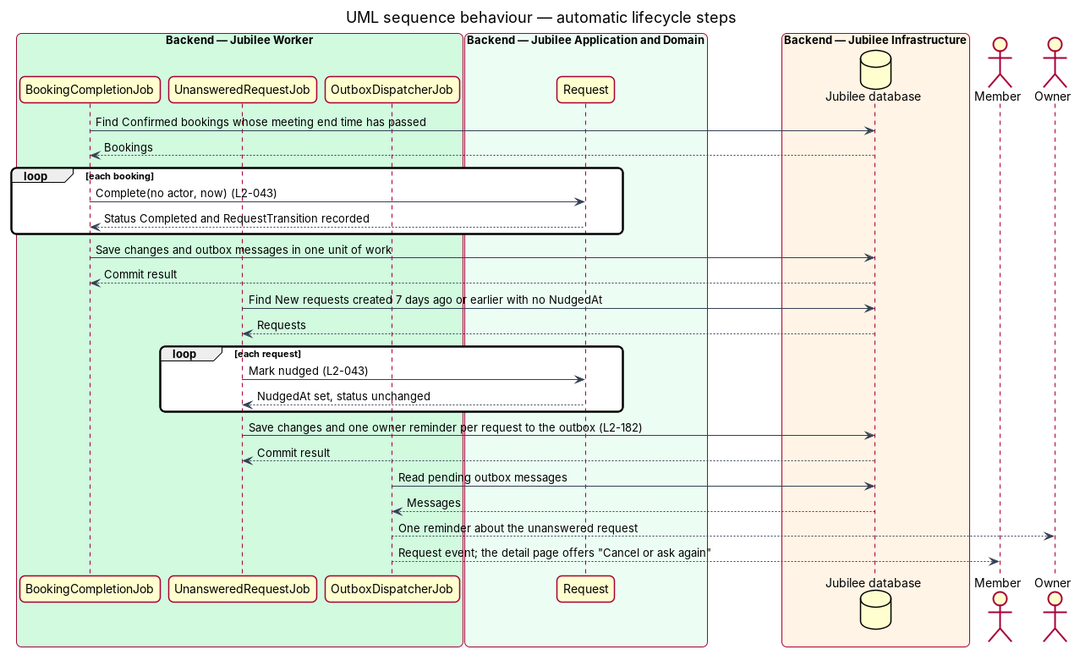
QuinntyneBrown/jubilee keeps this PlantUML diagram as docs/detailed-designs/requests/track-requests/diagrams/sequence-lifecycle-jobs.png. Above is the earlier version. Its source is kept beside it as docs/detailed-designs/requests/track-requests/diagrams/sequence-lifecycle-jobs.puml. The source it was exported from:
```plantuml
@startuml
title UML sequence behaviour — automatic lifecycle steps
skinparam backgroundColor #FFFFFF
skinparam shadowing false
skinparam roundcorner 12
skinparam defaultFontName Arial
skinparam ArrowColor #344054
skinparam rectangle {
  BorderColor #344054
  FontColor #101828
}
skinparam package {
  BorderColor #667085
  FontColor #101828
  BackgroundColor #F9FAFB
}
box "Backend — Jubilee Worker" #D1FADF
  participant "BookingCompletionJob" as done
  participant "UnansweredRequestJob" as stale
  participant "OutboxDispatcherJob" as outbox
end box
box "Backend — Jubilee Application and Domain" #ECFDF3
  participant "Request" as entity
end box
box "Backend — Jubilee Infrastructure" #FFF4E5
  database "Jubilee database" as db
end box
actor "Member" as member
actor "Owner" as owner
done -> db : Find Confirmed bookings whose meeting end time has passed
db --> done : Bookings
loop each booking
  done -> entity : Complete(no actor, now) (L2-043)
  entity --> done : Status Completed and RequestTransition recorded
end
done -> db : Save changes and outbox messages in one unit of work
db --> done : Commit result
stale -> db : Find New requests created 7 days ago or earlier with no NudgedAt
db --> stale : Requests
loop each request
  stale -> entity : Mark nudged (L2-043)
  entity --> stale : NudgedAt set, status unchanged
end
stale -> db : Save changes and one owner reminder per request to the outbox (L2-182)
db --> stale : Commit result
outbox -> db : Read pending outbox messages
db --> outbox : Messages
outbox --> owner : One reminder about the unanswered request
outbox --> member : Request event; the detail page offers "Cancel or ask again"
@enduml
```
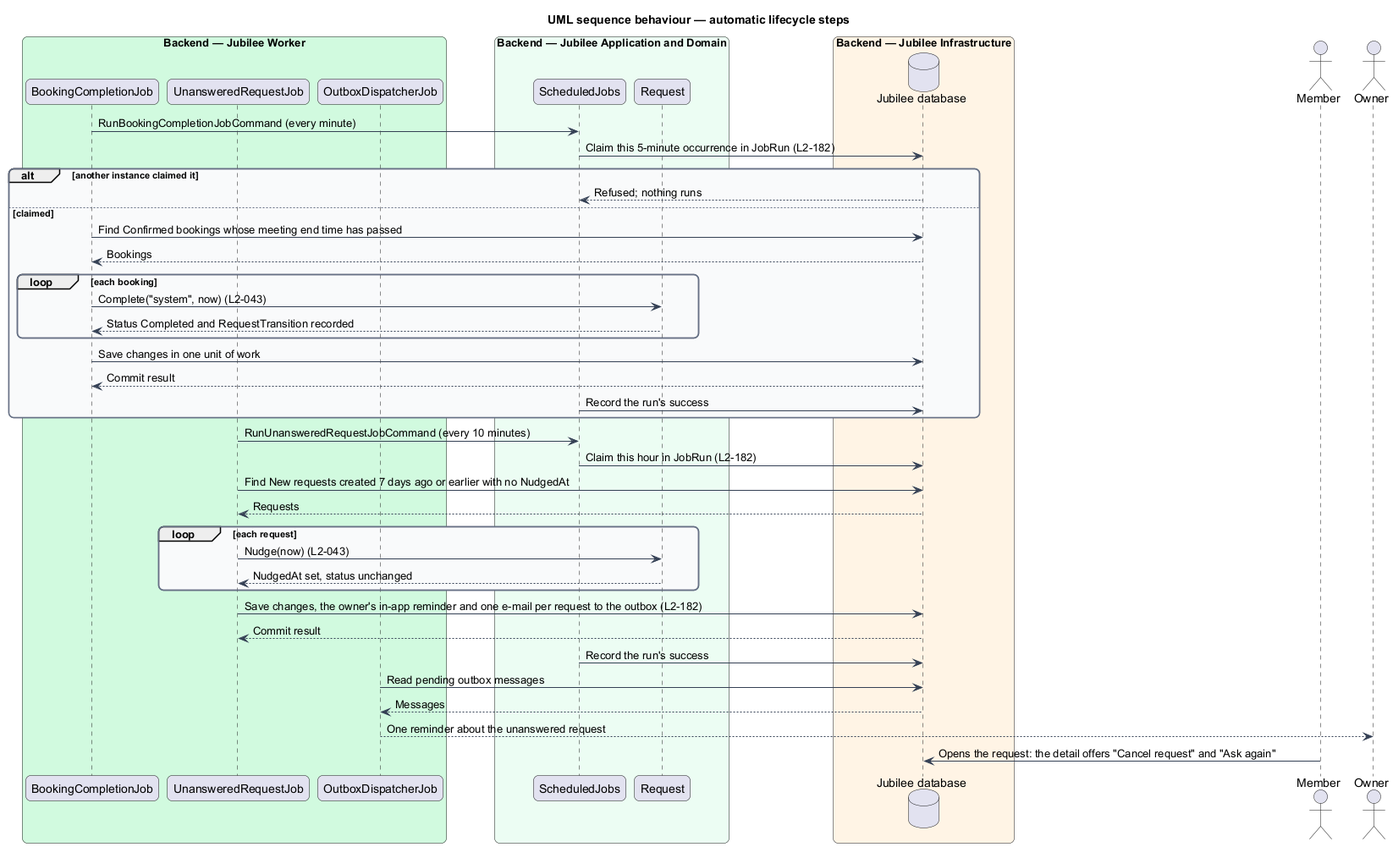
Later version of the same file.

What changed in the source:
```diff
@@ -20,6 +20,7 @@
   participant "OutboxDispatcherJob" as outbox
 end box
 box "Backend — Jubilee Application and Domain" #ECFDF3
+  participant "ScheduledJobs" as jobs
   participant "Request" as entity
 end box
 box "Backend — Jubilee Infrastructure" #FFF4E5
@@ -27,24 +28,34 @@
 end box
 actor "Member" as member
 actor "Owner" as owner
+done -> jobs : RunBookingCompletionJobCommand (every minute)
+jobs -> db : Claim this 5-minute occurrence in JobRun (L2-182)
+alt another instance claimed it
+  db --> jobs : Refused; nothing runs
+else claimed
 done -> db : Find Confirmed bookings whose meeting end time has passed
 db --> done : Bookings
 loop each booking
-  done -> entity : Complete(no actor, now) (L2-043)
+  done -> entity : Complete("system", now) (L2-043)
   entity --> done : Status Completed and RequestTransition recorded
 end
-done -> db : Save changes and outbox messages in one unit of work
+done -> db : Save changes in one unit of work
 db --> done : Commit result
+jobs -> db : Record the run's success
+end
+stale -> jobs : RunUnansweredRequestJobCommand (every 10 minutes)
+jobs -> db : Claim this hour in JobRun (L2-182)
 stale -> db : Find New requests created 7 days ago or earlier with no NudgedAt
 db --> stale : Requests
 loop each request
-  stale -> entity : Mark nudged (L2-043)
+  stale -> entity : Nudge(now) (L2-043)
   entity --> stale : NudgedAt set, status unchanged
 end
-stale -> db : Save changes and one owner reminder per request to the outbox (L2-182)
+stale -> db : Save changes, the owner's in-app reminder and one e-mail per request to the outbox (L2-182)
 db --> stale : Commit result
+jobs -> db : Record the run's success
 outbox -> db : Read pending outbox messages
 db --> outbox : Messages
 outbox --> owner : One reminder about the unanswered request
-outbox --> member : Request event; the detail page offers "Cancel or ask again"
+member -> db : Opens the request: the detail offers "Cancel request" and "Ask again"
 @enduml
```
